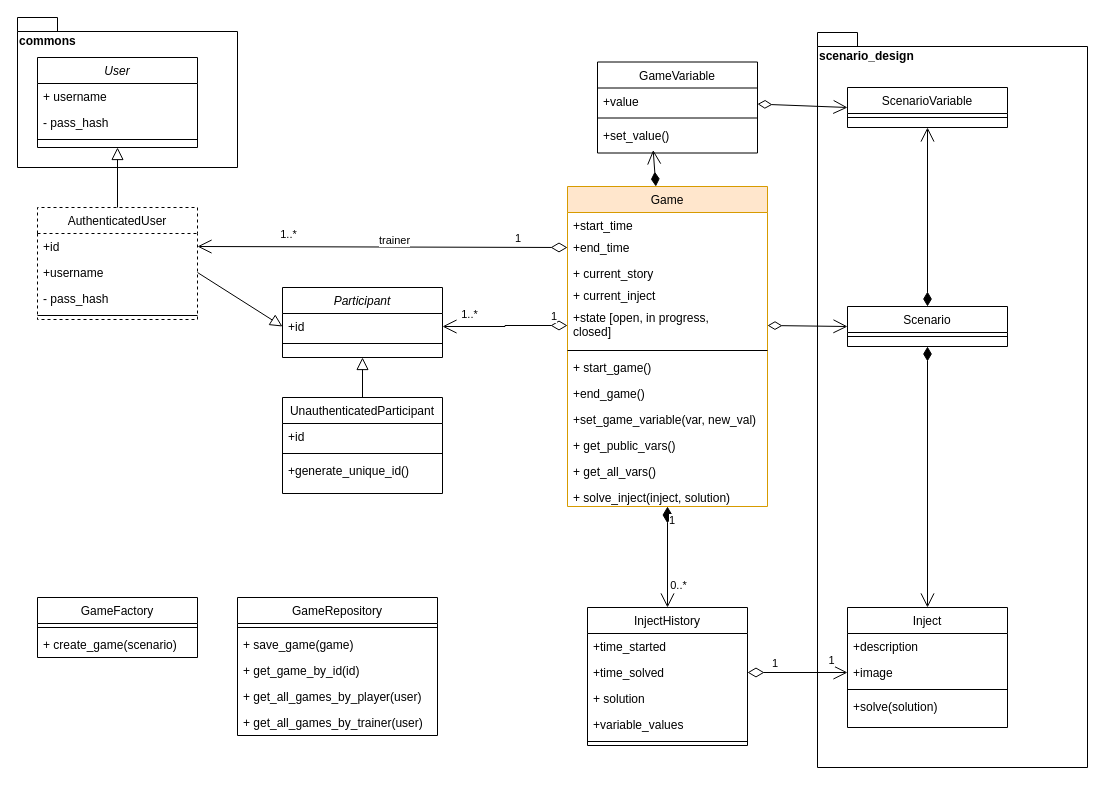
The draw.io diagram page "Game_Participation" (2 of 10) of artefacts/static_view/class diagram.drawio in Elias-Ladenburger/CSEP, before the edit. Source tidied: cells renumbered, new cells numbered last; positions are measured from the earlier drawing's top-left corner, leaving out a move shared by most shapes. Both pictures are drawn from the tidied source at 100%, with x=0, y=0 at pixel (17, 17).
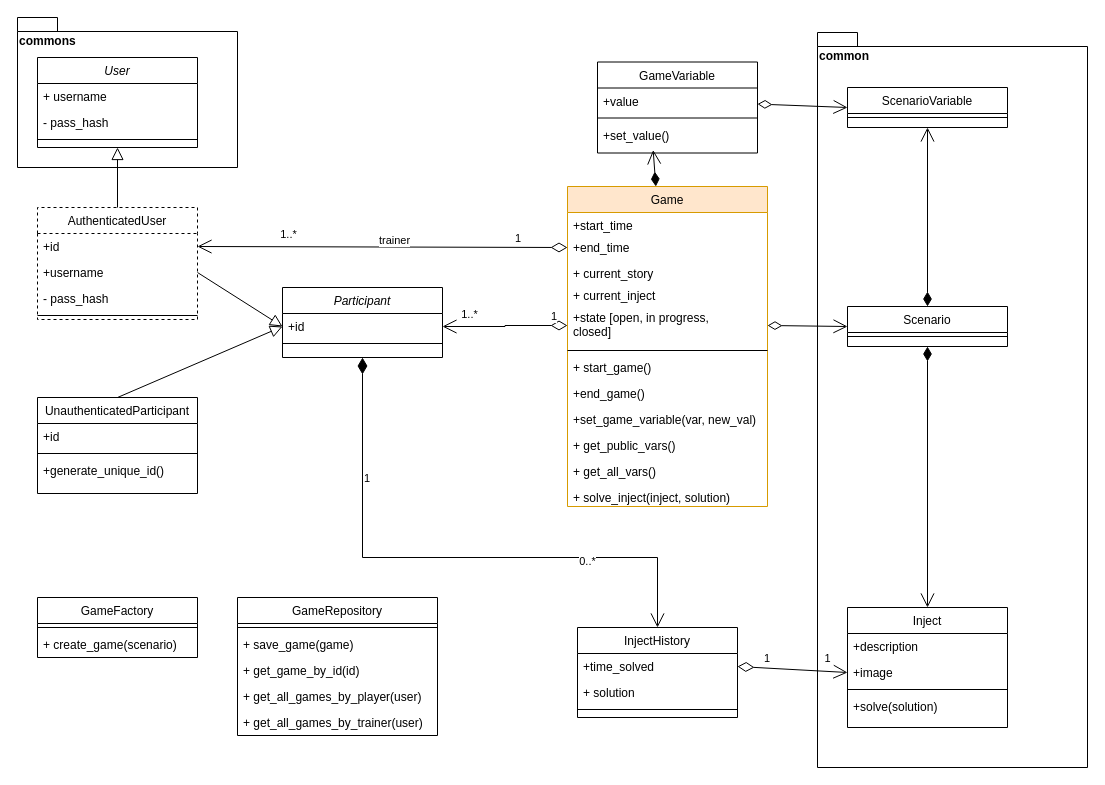
The same page after the edit.

The change refers to these unchanged cells:
```xml
<mxCell id="7" value="Participant" style="swimlane;fontStyle=2;align=center;verticalAlign=top;horizontal=1;startSize=26;rounded=0;shadow=0;strokeWidth=1;" parent="1" vertex="1">
  <mxGeometry x="265" y="270" width="160" height="70" as="geometry" />
</mxCell>
<mxCell id="8" value="+id" style="text;align=left;verticalAlign=top;spacingLeft=4;spacingRight=4;overflow=hidden;points=[[0,0.5],[1,0.5]];portConstraint=eastwest;" parent="7" vertex="1">
  <mxGeometry y="26" width="160" height="26" as="geometry" />
</mxCell>
<mxCell id="48" value="Game" style="swimlane;fontStyle=0;align=center;verticalAlign=top;horizontal=1;startSize=26;rounded=0;shadow=0;strokeWidth=1;fillColor=#ffe6cc;strokeColor=#d79b00;" parent="1" vertex="1">
  <mxGeometry x="550" y="169" width="200" height="320" as="geometry" />
</mxCell>
```

Change to the diagram source:
```diff
@@
-    <mxCell id="2" value="scenario_design" style="shape=folder;fontStyle=1;spacingTop=10;tabWidth=40;tabHeight=14;tabPosition=left;html=1;verticalAlign=top;align=left;" parent="1" vertex="1">
+    <mxCell id="2" value="common" style="shape=folder;fontStyle=1;spacingTop=10;tabWidth=40;tabHeight=14;tabPosition=left;html=1;verticalAlign=top;align=left;" parent="1" vertex="1">
       <mxGeometry x="800" y="15" width="270" height="735" as="geometry" />
     </mxCell>
@@
     <mxCell id="10" value="InjectHistory" style="swimlane;fontStyle=0;align=center;verticalAlign=top;horizontal=1;startSize=26;rounded=0;shadow=0;strokeWidth=1;" parent="1" vertex="1">
-      <mxGeometry x="570" y="590" width="160" height="138" as="geometry" />
+      <mxGeometry x="560" y="610" width="160" height="90" as="geometry" />
     </mxCell>
-    <mxCell id="11" value="+time_started" style="text;align=left;verticalAlign=top;spacingLeft=4;spacingRight=4;overflow=hidden;rounded=0;shadow=0;html=0;" parent="10" vertex="1">
-      <mxGeometry y="26" width="160" height="26" as="geometry" />
-    </mxCell>
     <mxCell id="12" value="+time_solved" style="text;align=left;verticalAlign=top;spacingLeft=4;spacingRight=4;overflow=hidden;points=[[0,0.5],[1,0.5]];portConstraint=eastwest;rounded=0;shadow=0;html=0;" parent="10" vertex="1">
-      <mxGeometry y="52" width="160" height="26" as="geometry" />
+      <mxGeometry y="26" width="160" height="26" as="geometry" />
     </mxCell>
     <mxCell id="13" value="+ solution" style="text;align=left;verticalAlign=top;spacingLeft=4;spacingRight=4;overflow=hidden;rounded=0;shadow=0;html=0;" parent="10" vertex="1">
-      <mxGeometry y="78" width="160" height="26" as="geometry" />
+      <mxGeometry y="52" width="160" height="26" as="geometry" />
     </mxCell>
-    <mxCell id="14" value="+variable_values" style="text;align=left;verticalAlign=top;spacingLeft=4;spacingRight=4;overflow=hidden;rounded=0;shadow=0;html=0;" parent="10" vertex="1">
-      <mxGeometry y="104" width="160" height="26" as="geometry" />
-    </mxCell>
     <mxCell id="15" style="line;html=1;strokeWidth=1;align=left;verticalAlign=middle;spacingTop=-1;spacingLeft=3;spacingRight=3;labelPosition=right;" parent="10" vertex="1">
-      <mxGeometry y="130" width="160" height="8" as="geometry" />
+      <mxGeometry y="78" width="160" height="8" as="geometry" />
     </mxCell>
-    <mxCell id="16" value="1" style="endArrow=open;html=1;endSize=12;startArrow=diamondThin;startSize=14;startFill=1;align=left;verticalAlign=bottom;entryX=0.5;entryY=0;entryDx=0;entryDy=0;rounded=0;exitX=0.5;exitY=1;exitDx=0;exitDy=0;edgeStyle=orthogonalEdgeStyle;" parent="1" edge="1" source="48" target="10">
-      <mxGeometry x="-0.54" relative="1" as="geometry" />
+    <mxCell id="16" value="1" style="endArrow=open;html=1;endSize=12;startArrow=diamondThin;startSize=14;startFill=1;align=left;verticalAlign=bottom;entryX=0.5;entryY=0;entryDx=0;entryDy=0;rounded=0;edgeStyle=orthogonalEdgeStyle;exitX=0.5;exitY=1;exitDx=0;exitDy=0;" parent="1" edge="1" source="7" target="10">
+      <mxGeometry x="-0.54" relative="1" as="geometry">
+        <Array as="points">
+          <mxPoint x="345" y="540" />
+          <mxPoint x="640" y="540" />
+        </Array>
+      </mxGeometry>
     </mxCell>
@@
     <mxCell id="25" value="UnauthenticatedParticipant" style="swimlane;fontStyle=0;align=center;verticalAlign=top;horizontal=1;startSize=26;rounded=0;shadow=0;strokeWidth=1;" parent="1" vertex="1">
-      <mxGeometry x="265" y="380" width="160" height="96" as="geometry" />
+      <mxGeometry x="20" y="380" width="160" height="96" as="geometry" />
     </mxCell>
@@
-    <mxCell id="30" style="endArrow=block;endSize=10;endFill=0;shadow=0;strokeWidth=1;rounded=0;elbow=vertical;entryX=0.5;entryY=1;entryDx=0;entryDy=0;exitX=0.5;exitY=0;exitDx=0;exitDy=0;" parent="1" edge="1" source="25" target="7">
+    <mxCell id="30" style="endArrow=block;endSize=10;endFill=0;shadow=0;strokeWidth=1;rounded=0;elbow=vertical;entryX=0;entryY=0.5;entryDx=0;entryDy=0;exitX=0.5;exitY=0;exitDx=0;exitDy=0;" parent="1" edge="1" source="25" target="8">
       <mxGeometry relative="1" as="geometry" />
     </mxCell>
```
